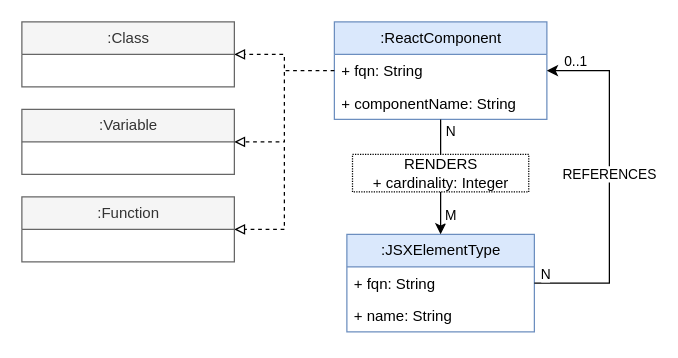
Earlier version of the draw.io diagram docs/jqa-ts-plugin-model-react.drawio (jqassistant-plugin/jqassistant-typescript-plugin). Source tidied: cells renumbered, new cells numbered last; positions are measured from the earlier drawing's top-left corner, leaving out a move shared by most shapes. Both pictures are drawn from the tidied source at 125%, with x=0, y=0 at pixel (21, 21).
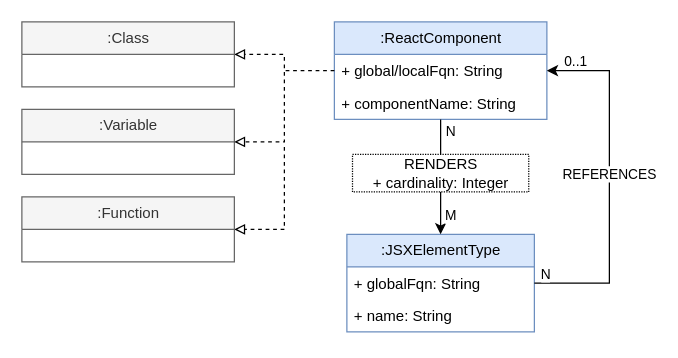
Above is the later version.

The change refers to these unchanged cells:
```xml
<mxCell id="2" value=":ReactComponent" style="swimlane;fontStyle=0;horizontal=1;startSize=26;fillColor=#dae8fc;html=1;strokeColor=#6c8ebf;" parent="1" vertex="1">
  <mxGeometry x="250" width="170" height="78" as="geometry" />
</mxCell>
<mxCell id="5" value=":JSXElementType" style="swimlane;fontStyle=0;horizontal=1;startSize=26;fillColor=#dae8fc;html=1;strokeColor=#6c8ebf;" parent="1" vertex="1">
  <mxGeometry x="260" y="170" width="150" height="78" as="geometry" />
</mxCell>
```

Diff of the diagram source:
```diff
@@
-    <mxCell id="3" value="+ fqn: String" style="text;strokeColor=none;fillColor=none;align=left;verticalAlign=top;spacingLeft=4;spacingRight=4;overflow=hidden;points=[[0,0.5],[1,0.5]];portConstraint=eastwest;whiteSpace=wrap;html=1;" parent="2" vertex="1">
+    <mxCell id="3" value="+ global/localFqn: String" style="text;strokeColor=none;fillColor=none;align=left;verticalAlign=top;spacingLeft=4;spacingRight=4;overflow=hidden;points=[[0,0.5],[1,0.5]];portConstraint=eastwest;whiteSpace=wrap;html=1;" parent="2" vertex="1">
       <mxGeometry y="26" width="170" height="26" as="geometry" />
     </mxCell>
@@
-    <mxCell id="6" value="+ fqn: String" style="text;strokeColor=none;fillColor=none;align=left;verticalAlign=top;spacingLeft=4;spacingRight=4;overflow=hidden;points=[[0,0.5],[1,0.5]];portConstraint=eastwest;whiteSpace=wrap;html=1;" parent="5" vertex="1">
+    <mxCell id="6" value="+ globalFqn: String" style="text;strokeColor=none;fillColor=none;align=left;verticalAlign=top;spacingLeft=4;spacingRight=4;overflow=hidden;points=[[0,0.5],[1,0.5]];portConstraint=eastwest;whiteSpace=wrap;html=1;" parent="5" vertex="1">
       <mxGeometry y="26" width="150" height="26" as="geometry" />
     </mxCell>
```
